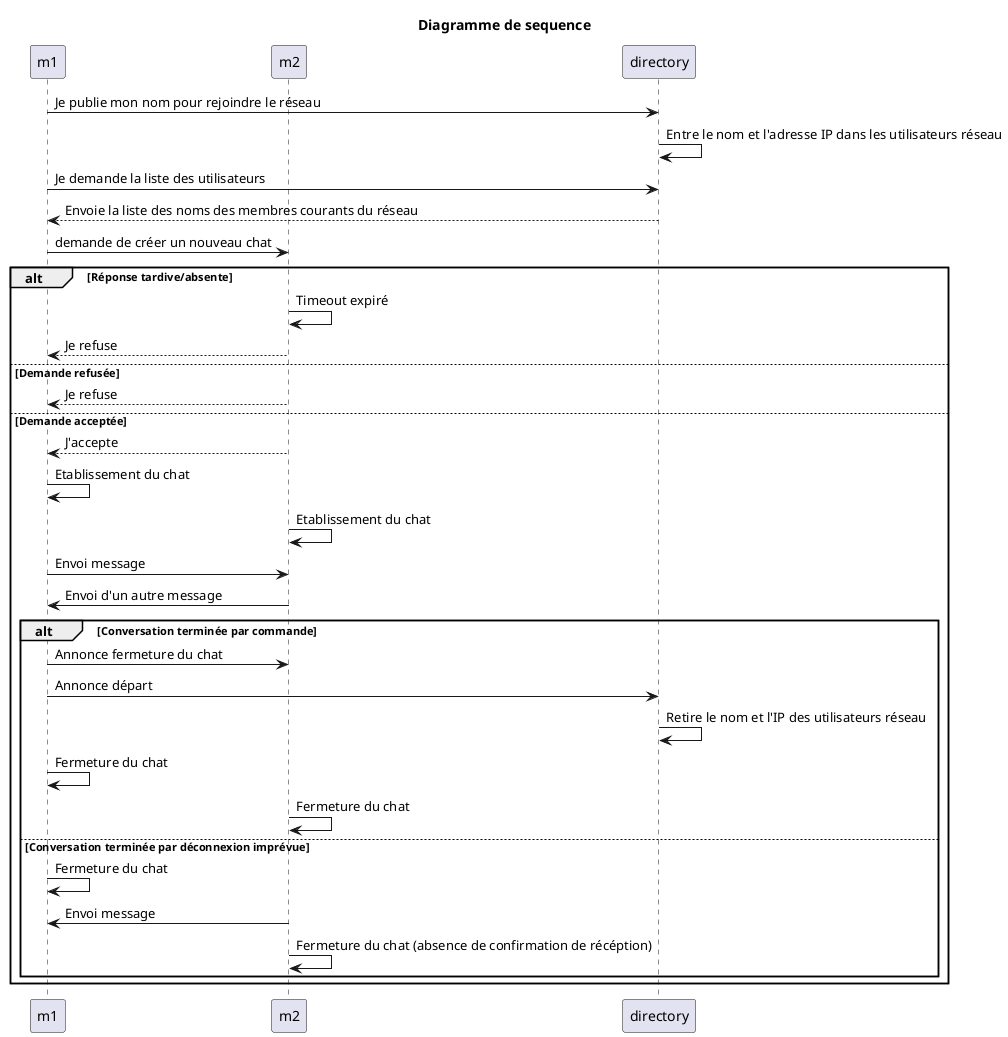
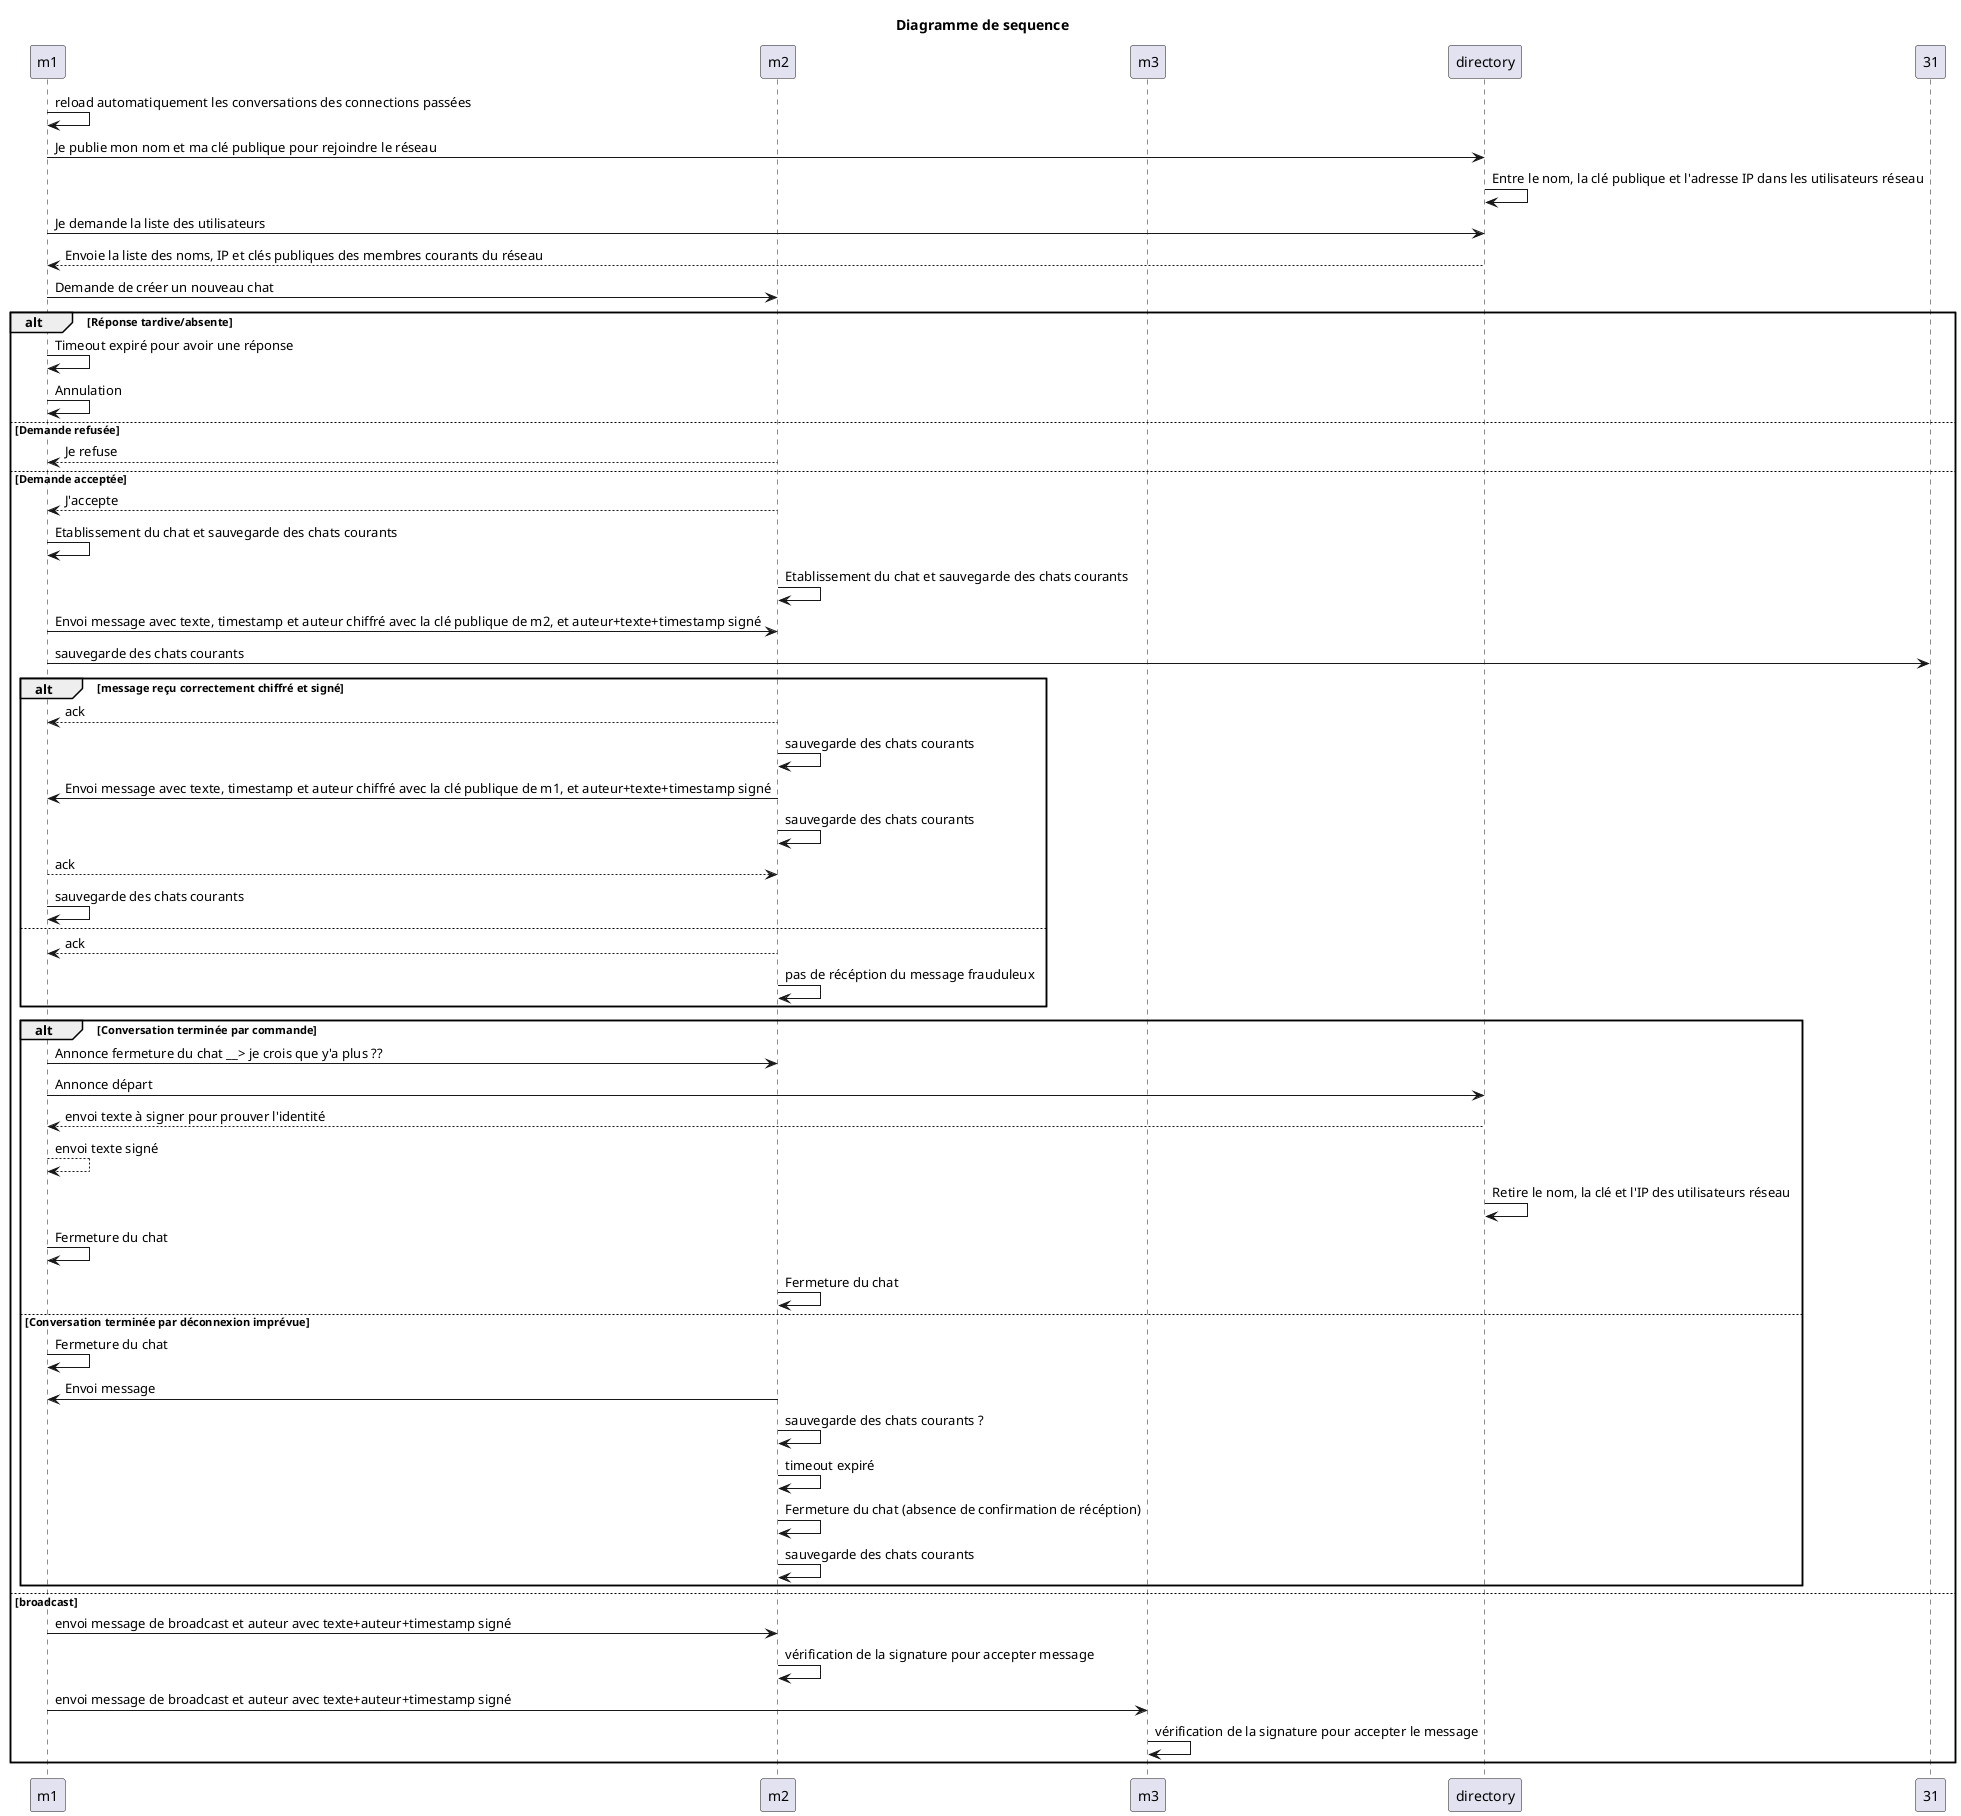
- @startuml sequence
+ @startuml
title "Diagramme de sequence"
participant "m1" as m1
participant "m2" as m2
+ participant "m3" as m3
participant "directory" as registry

- m1->registry:Je publie mon nom pour rejoindre le réseau
- registry->registry:Entre le nom et l'adresse IP dans les utilisateurs réseau
+ m1->m1: reload automatiquement les conversations des connections passées
+ m1->registry:Je publie mon nom et ma clé publique pour rejoindre le réseau
+ registry->registry:Entre le nom, la clé publique et l'adresse IP dans les utilisateurs réseau
m1-> registry: Je demande la liste des utilisateurs
- registry-->m1:Envoie la liste des noms des membres courants du réseau
- m1->m2:demande de créer un nouveau chat
+ registry-->m1:Envoie la liste des noms, IP et clés publiques des membres courants du réseau
+ m1->m2:Demande de créer un nouveau chat
alt Réponse tardive/absente
- m2->m2: Timeout expiré
- m2-->m1: Je refuse
+ m1->m1: Timeout expiré pour avoir une réponse
+ m1->m1: Annulation

else Demande refusée
m2-->m1:Je refuse
else Demande acceptée
m2-->m1:J'accepte
- m1->m1:Etablissement du chat
- m2->m2:Etablissement du chat
- m1->m2:Envoi message
- m2->m1:Envoi d'un autre message
+ m1->m1:Etablissement du chat et sauvegarde des chats courants
+ m2->m2:Etablissement du chat et sauvegarde des chats courants
+ m1->m2:Envoi message avec texte, timestamp et auteur chiffré avec la clé publique de m2, et auteur+texte+timestamp signé
+ m1->31: sauvegarde des chats courants
+ alt message reçu correctement chiffré et signé
+ m2-->m1:ack
+ m2->m2: sauvegarde des chats courants
+ m2->m1:Envoi message avec texte, timestamp et auteur chiffré avec la clé publique de m1, et auteur+texte+timestamp signé
+ m2->m2:sauvegarde des chats courants
+ m1-->m2:ack
+ m1->m1:sauvegarde des chats courants
+ else
+ m2-->m1: ack
+ m2->m2: pas de récéption du message frauduleux
+ end
alt Conversation terminée par commande
-     m1->m2:Annonce fermeture du chat
+     m1->m2:Annonce fermeture du chat __> je crois que y'a plus ??
    m1->registry:Annonce départ
-     registry->registry:Retire le nom et l'IP des utilisateurs réseau
+     registry-->m1: envoi texte à signer pour prouver l'identité
+     m1-->m1:envoi texte signé
+     registry->registry:Retire le nom, la clé et l'IP des utilisateurs réseau
    m1->m1:Fermeture du chat
    m2->m2:Fermeture du chat
else Conversation terminée par déconnexion imprévue
    m1->m1:Fermeture du chat
    m2->m1:Envoi message
+     m2->m2: sauvegarde des chats courants ?
+     m2->m2:timeout expiré
    m2->m2:Fermeture du chat (absence de confirmation de récéption)
+     m2->m2: sauvegarde des chats courants
end
+ else broadcast
+ m1->m2:envoi message de broadcast et auteur avec texte+auteur+timestamp signé
+ m2->m2: vérification de la signature pour accepter message
+ m1->m3:envoi message de broadcast et auteur avec texte+auteur+timestamp signé
+ m3->m3: vérification de la signature pour accepter le message
end
@enduml sequence
